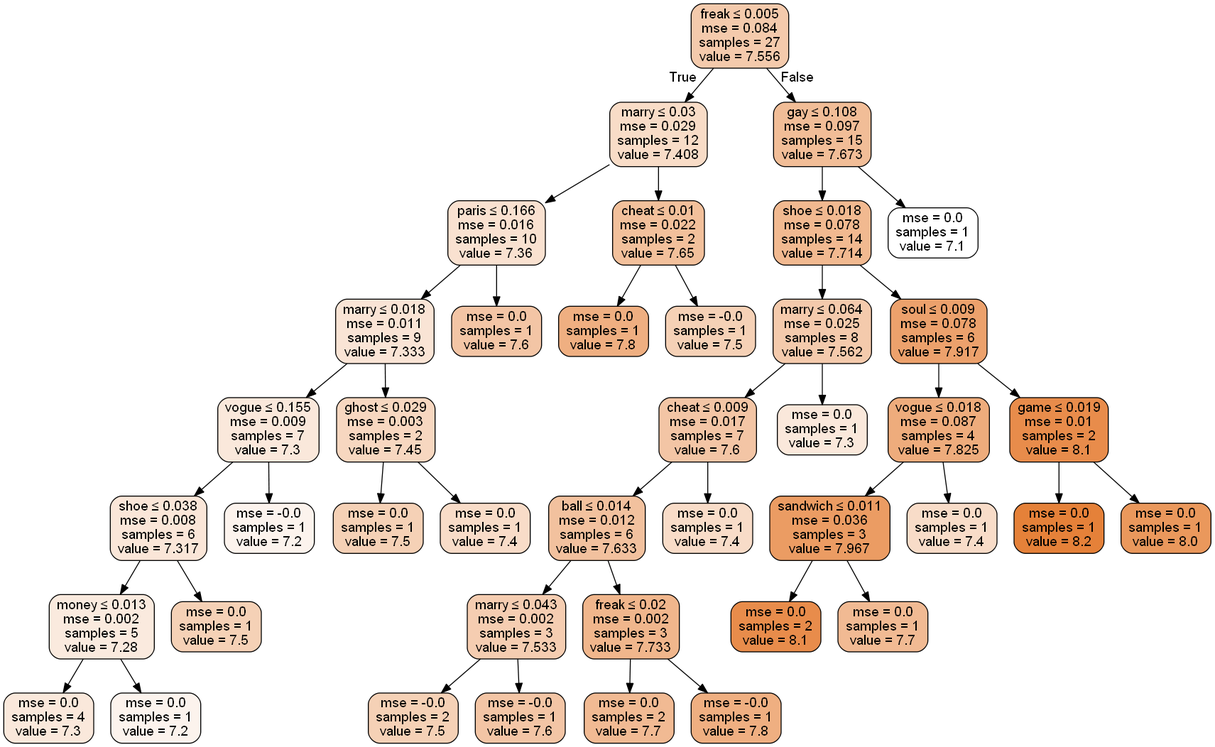
ranilovi/SATC_rating_prediction keeps this Graphviz diagram as Source.gv.png. Above is the earlier version. Its source is kept beside it as Source.gv.
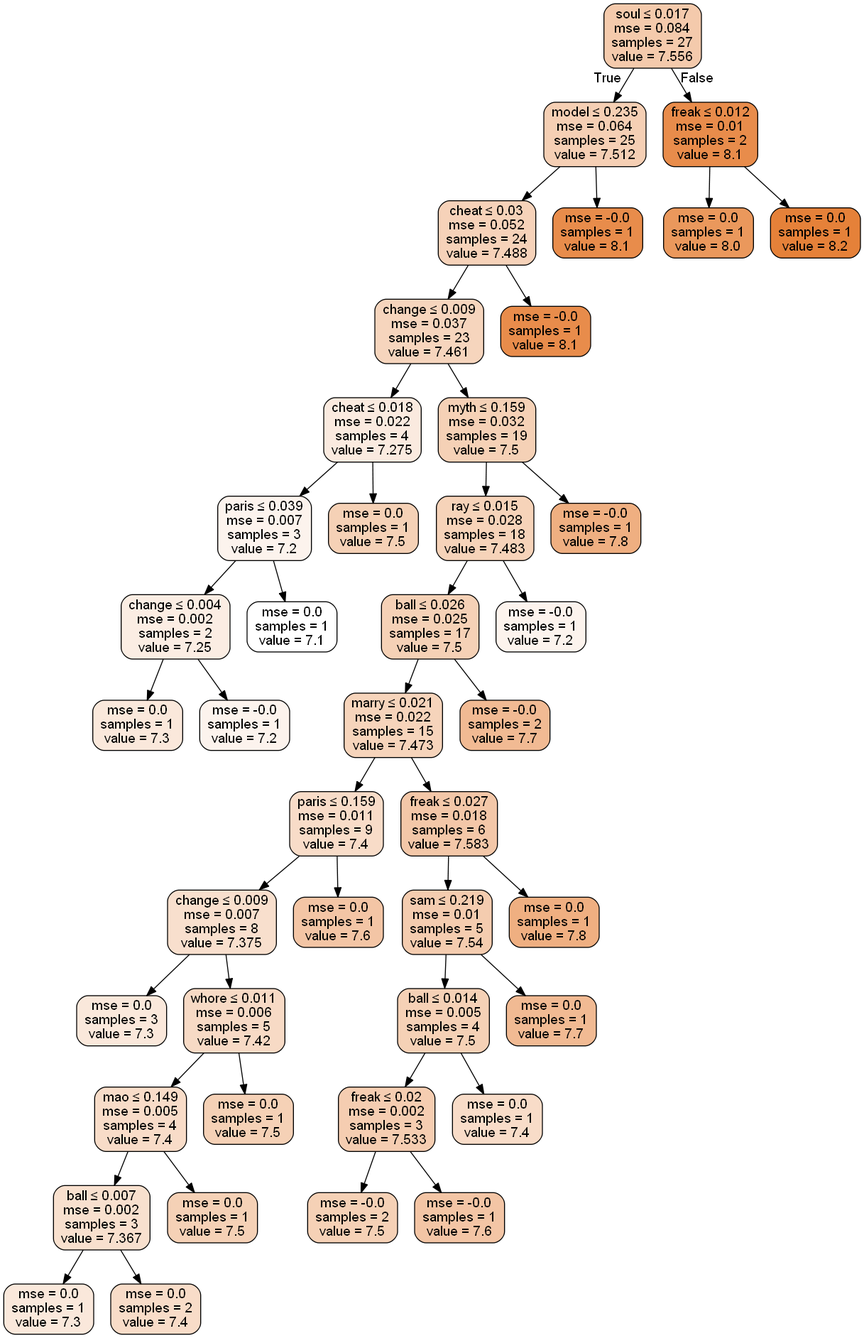
Later version of the same file.

Diff of the diagram source:
```diff
@@ -1,85 +1,89 @@
 digraph Tree {
 node [shape=box, style="filled, rounded", color="black", fontname=helvetica] ;
 edge [fontname=helvetica] ;
-0 [label=<freak &le; 0.005<br/>mse = 0.084<br/>samples = 27<br/>value = 7.556>, fillcolor="#e581396a"] ;
-1 [label=<marry &le; 0.03<br/>mse = 0.029<br/>samples = 12<br/>value = 7.408>, fillcolor="#e5813947"] ;
+0 [label=<soul &le; 0.017<br/>mse = 0.084<br/>samples = 27<br/>value = 7.556>, fillcolor="#e581396a"] ;
+1 [label=<model &le; 0.235<br/>mse = 0.064<br/>samples = 25<br/>value = 7.512>, fillcolor="#e5813960"] ;
 0 -> 1 [labeldistance=2.5, labelangle=45, headlabel="True"] ;
-2 [label=<paris &le; 0.166<br/>mse = 0.016<br/>samples = 10<br/>value = 7.36>, fillcolor="#e581393c"] ;
+2 [label=<cheat &le; 0.03<br/>mse = 0.052<br/>samples = 24<br/>value = 7.488>, fillcolor="#e581395a"] ;
 1 -> 2 ;
-3 [label=<marry &le; 0.018<br/>mse = 0.011<br/>samples = 9<br/>value = 7.333>, fillcolor="#e5813936"] ;
+3 [label=<change &le; 0.009<br/>mse = 0.037<br/>samples = 23<br/>value = 7.461>, fillcolor="#e5813954"] ;
 2 -> 3 ;
-4 [label=<vogue &le; 0.155<br/>mse = 0.009<br/>samples = 7<br/>value = 7.3>, fillcolor="#e581392e"] ;
+4 [label=<cheat &le; 0.018<br/>mse = 0.022<br/>samples = 4<br/>value = 7.275>, fillcolor="#e5813929"] ;
 3 -> 4 ;
-5 [label=<shoe &le; 0.038<br/>mse = 0.008<br/>samples = 6<br/>value = 7.317>, fillcolor="#e5813932"] ;
+5 [label=<paris &le; 0.039<br/>mse = 0.007<br/>samples = 3<br/>value = 7.2>, fillcolor="#e5813917"] ;
 4 -> 5 ;
-6 [label=<money &le; 0.013<br/>mse = 0.002<br/>samples = 5<br/>value = 7.28>, fillcolor="#e581392a"] ;
+6 [label=<change &le; 0.004<br/>mse = 0.002<br/>samples = 2<br/>value = 7.25>, fillcolor="#e5813923"] ;
 5 -> 6 ;
-7 [label=<mse = 0.0<br/>samples = 4<br/>value = 7.3>, fillcolor="#e581392e"] ;
+7 [label=<mse = 0.0<br/>samples = 1<br/>value = 7.3>, fillcolor="#e581392e"] ;
 6 -> 7 ;
-8 [label=<mse = 0.0<br/>samples = 1<br/>value = 7.2>, fillcolor="#e5813917"] ;
+8 [label=<mse = -0.0<br/>samples = 1<br/>value = 7.2>, fillcolor="#e5813917"] ;
 6 -> 8 ;
-9 [label=<mse = 0.0<br/>samples = 1<br/>value = 7.5>, fillcolor="#e581395d"] ;
+9 [label=<mse = 0.0<br/>samples = 1<br/>value = 7.1>, fillcolor="#e5813900"] ;
 5 -> 9 ;
-10 [label=<mse = -0.0<br/>samples = 1<br/>value = 7.2>, fillcolor="#e5813917"] ;
+10 [label=<mse = 0.0<br/>samples = 1<br/>value = 7.5>, fillcolor="#e581395d"] ;
 4 -> 10 ;
-11 [label=<ghost &le; 0.029<br/>mse = 0.003<br/>samples = 2<br/>value = 7.45>, fillcolor="#e5813951"] ;
+11 [label=<myth &le; 0.159<br/>mse = 0.032<br/>samples = 19<br/>value = 7.5>, fillcolor="#e581395d"] ;
 3 -> 11 ;
-12 [label=<mse = 0.0<br/>samples = 1<br/>value = 7.5>, fillcolor="#e581395d"] ;
+12 [label=<ray &le; 0.015<br/>mse = 0.028<br/>samples = 18<br/>value = 7.483>, fillcolor="#e5813959"] ;
 11 -> 12 ;
-13 [label=<mse = 0.0<br/>samples = 1<br/>value = 7.4>, fillcolor="#e5813946"] ;
-11 -> 13 ;
-14 [label=<mse = 0.0<br/>samples = 1<br/>value = 7.6>, fillcolor="#e5813974"] ;
-2 -> 14 ;
-15 [label=<cheat &le; 0.01<br/>mse = 0.022<br/>samples = 2<br/>value = 7.65>, fillcolor="#e5813980"] ;
-1 -> 15 ;
-16 [label=<mse = 0.0<br/>samples = 1<br/>value = 7.8>, fillcolor="#e58139a2"] ;
+13 [label=<ball &le; 0.026<br/>mse = 0.025<br/>samples = 17<br/>value = 7.5>, fillcolor="#e581395d"] ;
+12 -> 13 ;
+14 [label=<marry &le; 0.021<br/>mse = 0.022<br/>samples = 15<br/>value = 7.473>, fillcolor="#e5813957"] ;
+13 -> 14 ;
+15 [label=<paris &le; 0.159<br/>mse = 0.011<br/>samples = 9<br/>value = 7.4>, fillcolor="#e5813946"] ;
+14 -> 15 ;
+16 [label=<change &le; 0.009<br/>mse = 0.007<br/>samples = 8<br/>value = 7.375>, fillcolor="#e5813940"] ;
 15 -> 16 ;
-17 [label=<mse = -0.0<br/>samples = 1<br/>value = 7.5>, fillcolor="#e581395d"] ;
-15 -> 17 ;
-18 [label=<gay &le; 0.108<br/>mse = 0.097<br/>samples = 15<br/>value = 7.673>, fillcolor="#e5813985"] ;
-0 -> 18 [labeldistance=2.5, labelangle=-45, headlabel="False"] ;
-19 [label=<shoe &le; 0.018<br/>mse = 0.078<br/>samples = 14<br/>value = 7.714>, fillcolor="#e581398e"] ;
+17 [label=<mse = 0.0<br/>samples = 3<br/>value = 7.3>, fillcolor="#e581392e"] ;
+16 -> 17 ;
+18 [label=<whore &le; 0.011<br/>mse = 0.006<br/>samples = 5<br/>value = 7.42>, fillcolor="#e581394a"] ;
+16 -> 18 ;
+19 [label=<mao &le; 0.149<br/>mse = 0.005<br/>samples = 4<br/>value = 7.4>, fillcolor="#e5813946"] ;
 18 -> 19 ;
-20 [label=<marry &le; 0.064<br/>mse = 0.025<br/>samples = 8<br/>value = 7.562>, fillcolor="#e581396b"] ;
+20 [label=<ball &le; 0.007<br/>mse = 0.002<br/>samples = 3<br/>value = 7.367>, fillcolor="#e581393e"] ;
 19 -> 20 ;
-21 [label=<cheat &le; 0.009<br/>mse = 0.017<br/>samples = 7<br/>value = 7.6>, fillcolor="#e5813974"] ;
+21 [label=<mse = 0.0<br/>samples = 1<br/>value = 7.3>, fillcolor="#e581392e"] ;
 20 -> 21 ;
-22 [label=<ball &le; 0.014<br/>mse = 0.012<br/>samples = 6<br/>value = 7.633>, fillcolor="#e581397c"] ;
-21 -> 22 ;
-23 [label=<marry &le; 0.043<br/>mse = 0.002<br/>samples = 3<br/>value = 7.533>, fillcolor="#e5813964"] ;
-22 -> 23 ;
-24 [label=<mse = -0.0<br/>samples = 2<br/>value = 7.5>, fillcolor="#e581395d"] ;
-23 -> 24 ;
-25 [label=<mse = -0.0<br/>samples = 1<br/>value = 7.6>, fillcolor="#e5813974"] ;
-23 -> 25 ;
-26 [label=<freak &le; 0.02<br/>mse = 0.002<br/>samples = 3<br/>value = 7.733>, fillcolor="#e5813993"] ;
-22 -> 26 ;
-27 [label=<mse = 0.0<br/>samples = 2<br/>value = 7.7>, fillcolor="#e581398b"] ;
+22 [label=<mse = 0.0<br/>samples = 2<br/>value = 7.4>, fillcolor="#e5813946"] ;
+20 -> 22 ;
+23 [label=<mse = 0.0<br/>samples = 1<br/>value = 7.5>, fillcolor="#e581395d"] ;
+19 -> 23 ;
+24 [label=<mse = 0.0<br/>samples = 1<br/>value = 7.5>, fillcolor="#e581395d"] ;
+18 -> 24 ;
+25 [label=<mse = 0.0<br/>samples = 1<br/>value = 7.6>, fillcolor="#e5813974"] ;
+15 -> 25 ;
+26 [label=<freak &le; 0.027<br/>mse = 0.018<br/>samples = 6<br/>value = 7.583>, fillcolor="#e5813970"] ;
+14 -> 26 ;
+27 [label=<sam &le; 0.219<br/>mse = 0.01<br/>samples = 5<br/>value = 7.54>, fillcolor="#e5813966"] ;
 26 -> 27 ;
-28 [label=<mse = -0.0<br/>samples = 1<br/>value = 7.8>, fillcolor="#e58139a2"] ;
-26 -> 28 ;
-29 [label=<mse = 0.0<br/>samples = 1<br/>value = 7.4>, fillcolor="#e5813946"] ;
-21 -> 29 ;
-30 [label=<mse = 0.0<br/>samples = 1<br/>value = 7.3>, fillcolor="#e581392e"] ;
-20 -> 30 ;
-31 [label=<soul &le; 0.009<br/>mse = 0.078<br/>samples = 6<br/>value = 7.917>, fillcolor="#e58139bd"] ;
-19 -> 31 ;
-32 [label=<vogue &le; 0.018<br/>mse = 0.087<br/>samples = 4<br/>value = 7.825>, fillcolor="#e58139a8"] ;
-31 -> 32 ;
-33 [label=<sandwich &le; 0.011<br/>mse = 0.036<br/>samples = 3<br/>value = 7.967>, fillcolor="#e58139c9"] ;
-32 -> 33 ;
-34 [label=<mse = 0.0<br/>samples = 2<br/>value = 8.1>, fillcolor="#e58139e8"] ;
-33 -> 34 ;
-35 [label=<mse = 0.0<br/>samples = 1<br/>value = 7.7>, fillcolor="#e581398b"] ;
-33 -> 35 ;
-36 [label=<mse = 0.0<br/>samples = 1<br/>value = 7.4>, fillcolor="#e5813946"] ;
-32 -> 36 ;
-37 [label=<game &le; 0.019<br/>mse = 0.01<br/>samples = 2<br/>value = 8.1>, fillcolor="#e58139e8"] ;
-31 -> 37 ;
-38 [label=<mse = 0.0<br/>samples = 1<br/>value = 8.2>, fillcolor="#e58139ff"] ;
-37 -> 38 ;
-39 [label=<mse = 0.0<br/>samples = 1<br/>value = 8.0>, fillcolor="#e58139d1"] ;
-37 -> 39 ;
-40 [label=<mse = 0.0<br/>samples = 1<br/>value = 7.1>, fillcolor="#e5813900"] ;
-18 -> 40 ;
+28 [label=<ball &le; 0.014<br/>mse = 0.005<br/>samples = 4<br/>value = 7.5>, fillcolor="#e581395d"] ;
+27 -> 28 ;
+29 [label=<freak &le; 0.02<br/>mse = 0.002<br/>samples = 3<br/>value = 7.533>, fillcolor="#e5813964"] ;
+28 -> 29 ;
+30 [label=<mse = -0.0<br/>samples = 2<br/>value = 7.5>, fillcolor="#e581395d"] ;
+29 -> 30 ;
+31 [label=<mse = -0.0<br/>samples = 1<br/>value = 7.6>, fillcolor="#e5813974"] ;
+29 -> 31 ;
+32 [label=<mse = 0.0<br/>samples = 1<br/>value = 7.4>, fillcolor="#e5813946"] ;
+28 -> 32 ;
+33 [label=<mse = 0.0<br/>samples = 1<br/>value = 7.7>, fillcolor="#e581398b"] ;
+27 -> 33 ;
+34 [label=<mse = 0.0<br/>samples = 1<br/>value = 7.8>, fillcolor="#e58139a2"] ;
+26 -> 34 ;
+35 [label=<mse = -0.0<br/>samples = 2<br/>value = 7.7>, fillcolor="#e581398b"] ;
+13 -> 35 ;
+36 [label=<mse = -0.0<br/>samples = 1<br/>value = 7.2>, fillcolor="#e5813917"] ;
+12 -> 36 ;
+37 [label=<mse = -0.0<br/>samples = 1<br/>value = 7.8>, fillcolor="#e58139a2"] ;
+11 -> 37 ;
+38 [label=<mse = -0.0<br/>samples = 1<br/>value = 8.1>, fillcolor="#e58139e8"] ;
+2 -> 38 ;
+39 [label=<mse = -0.0<br/>samples = 1<br/>value = 8.1>, fillcolor="#e58139e8"] ;
+1 -> 39 ;
+40 [label=<freak &le; 0.012<br/>mse = 0.01<br/>samples = 2<br/>value = 8.1>, fillcolor="#e58139e8"] ;
+0 -> 40 [labeldistance=2.5, labelangle=-45, headlabel="False"] ;
+41 [label=<mse = 0.0<br/>samples = 1<br/>value = 8.0>, fillcolor="#e58139d1"] ;
+40 -> 41 ;
+42 [label=<mse = 0.0<br/>samples = 1<br/>value = 8.2>, fillcolor="#e58139ff"] ;
+40 -> 42 ;
 }
```
